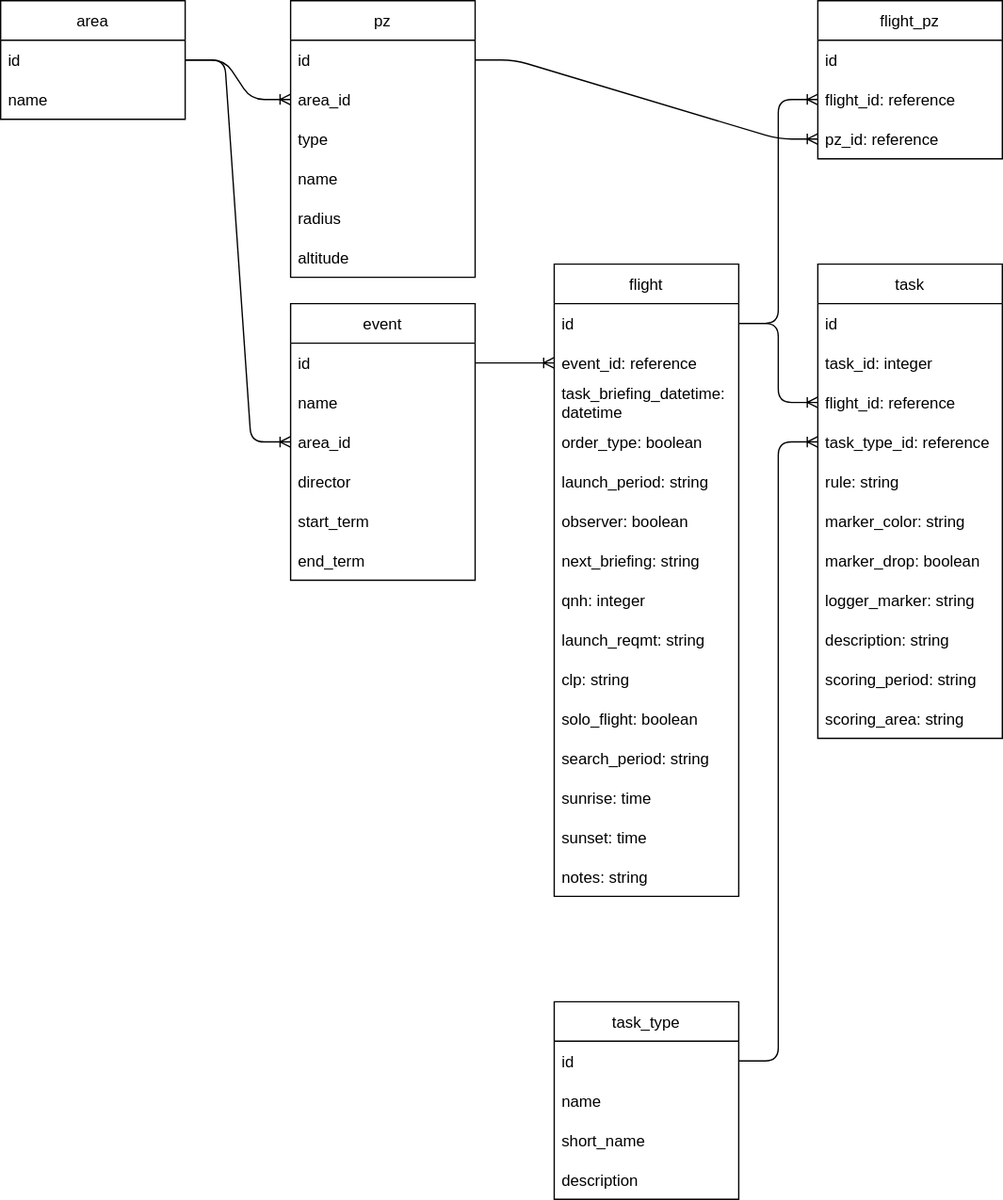
The draw.io diagram backend/er.drawio.svg in misaka3/flight_checker, before a commit. Source tidied: cells renumbered, new cells last; positions are measured from the earlier drawing's top-left corner, leaving out a move shared by most shapes.
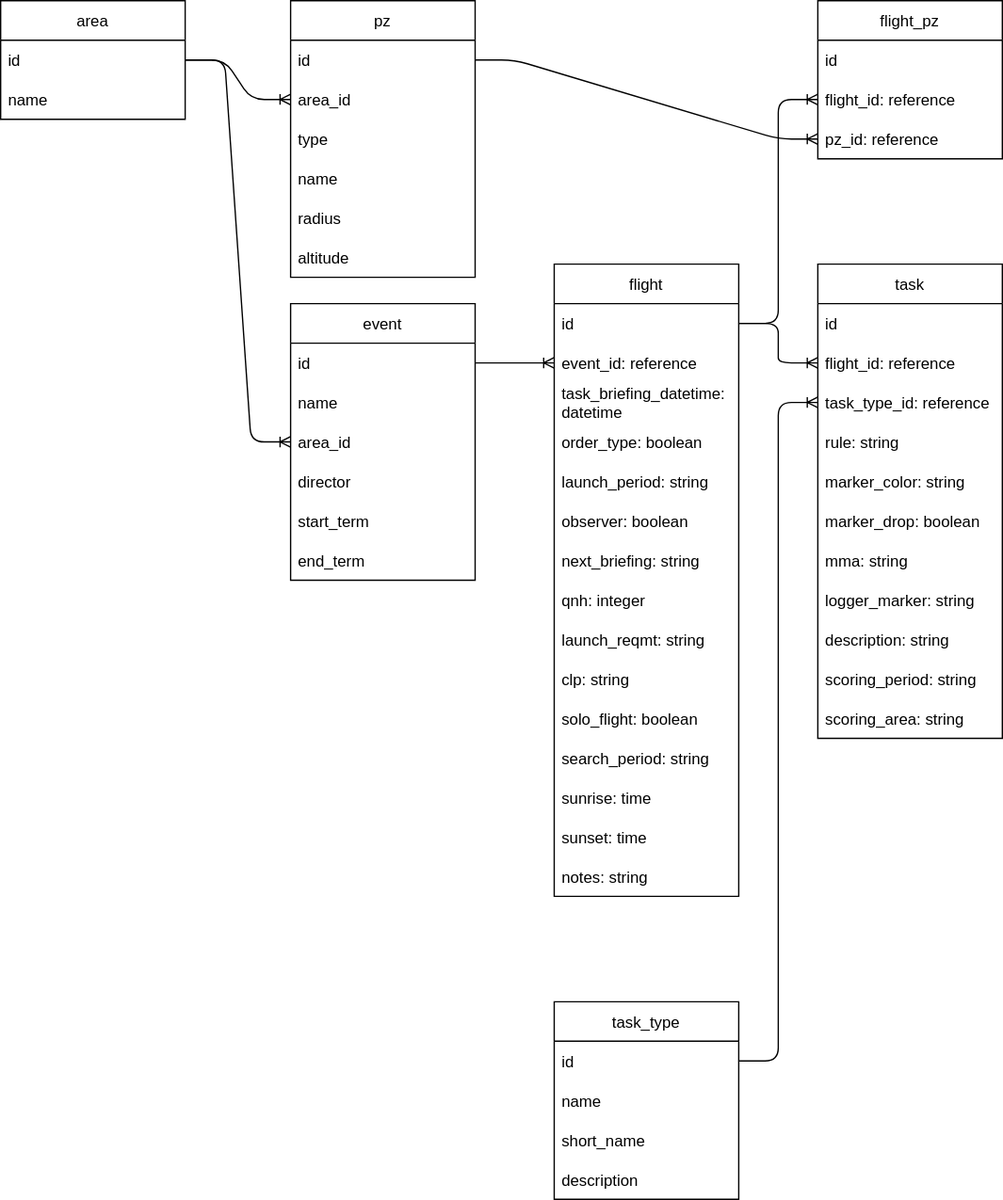
Later version of the same file.

Commit message:
Create task table.

The edit, as a diff of the source:
```diff
@@ -80,27 +80,27 @@
     <mxCell id="27" value="id" style="text;strokeColor=none;fillColor=none;align=left;verticalAlign=middle;spacingLeft=4;spacingRight=4;overflow=hidden;" parent="26" vertex="1">
       <mxGeometry y="30" width="140" height="30" as="geometry" />
     </mxCell>
-    <mxCell id="28" value="task_id: integer" style="text;strokeColor=none;fillColor=none;align=left;verticalAlign=middle;spacingLeft=4;spacingRight=4;overflow=hidden;" parent="26" vertex="1">
-      <mxGeometry y="60" width="140" height="30" as="geometry" />
-    </mxCell>
     <mxCell id="29" value="flight_id: reference" style="text;strokeColor=none;fillColor=none;align=left;verticalAlign=middle;spacingLeft=4;spacingRight=4;overflow=hidden;points=[[0,0.5],[1,0.5]];portConstraint=eastwest;" parent="26" vertex="1">
-      <mxGeometry y="90" width="140" height="30" as="geometry" />
+      <mxGeometry y="60" width="140" height="30" as="geometry" />
     </mxCell>
     <mxCell id="30" value="task_type_id: reference" style="text;strokeColor=none;fillColor=none;align=left;verticalAlign=middle;spacingLeft=4;spacingRight=4;overflow=hidden;points=[[0,0.5],[1,0.5]];portConstraint=eastwest;" parent="26" vertex="1">
-      <mxGeometry y="120" width="140" height="30" as="geometry" />
+      <mxGeometry y="90" width="140" height="30" as="geometry" />
     </mxCell>
     <mxCell id="31" value="rule: string" style="text;strokeColor=none;fillColor=none;align=left;verticalAlign=middle;spacingLeft=4;spacingRight=4;overflow=hidden;" parent="26" vertex="1">
-      <mxGeometry y="150" width="140" height="30" as="geometry" />
+      <mxGeometry y="120" width="140" height="30" as="geometry" />
     </mxCell>
     <mxCell id="32" value="marker_color: string" style="text;strokeColor=none;fillColor=none;align=left;verticalAlign=middle;spacingLeft=4;spacingRight=4;overflow=hidden;" parent="26" vertex="1">
-      <mxGeometry y="180" width="140" height="30" as="geometry" />
+      <mxGeometry y="150" width="140" height="30" as="geometry" />
     </mxCell>
     <mxCell id="33" value="marker_drop: boolean" style="text;strokeColor=none;fillColor=none;align=left;verticalAlign=middle;spacingLeft=4;spacingRight=4;overflow=hidden;" parent="26" vertex="1">
-      <mxGeometry y="210" width="140" height="30" as="geometry" />
+      <mxGeometry y="180" width="140" height="30" as="geometry" />
     </mxCell>
-    <mxCell id="34" value="logger_marker: string" style="text;strokeColor=none;fillColor=none;align=left;verticalAlign=middle;spacingLeft=4;spacingRight=4;overflow=hidden;" parent="26" vertex="1">
-      <mxGeometry y="240" width="140" height="30" as="geometry" />
+    <mxCell id="34" value="mma: string" style="text;strokeColor=none;fillColor=none;align=left;verticalAlign=middle;spacingLeft=4;spacingRight=4;overflow=hidden;" parent="26" vertex="1">
+      <mxGeometry y="210" width="140" height="30" as="geometry" />
     </mxCell>
+    <mxCell id="63" value="logger_marker: string" style="text;strokeColor=none;fillColor=none;align=left;verticalAlign=middle;spacingLeft=4;spacingRight=4;overflow=hidden;" parent="26" vertex="1">
+      <mxGeometry y="240" width="140" height="30" as="geometry" />
+    </mxCell>
     <mxCell id="35" value="description: string" style="text;strokeColor=none;fillColor=none;align=left;verticalAlign=middle;spacingLeft=4;spacingRight=4;overflow=hidden;" parent="26" vertex="1">
       <mxGeometry y="270" width="140" height="30" as="geometry" />
     </mxCell>
```
